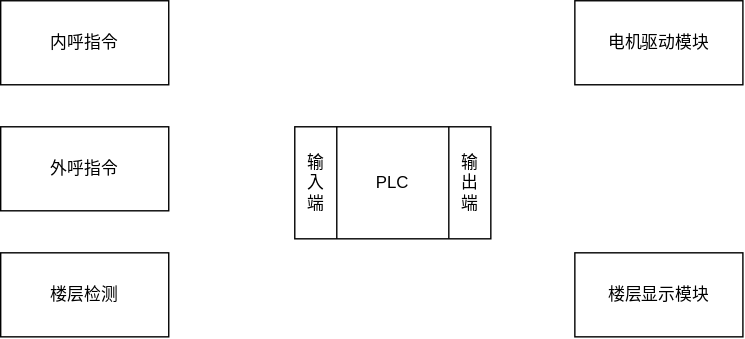
Before: Draw.io/PLC控制的四层电梯硬件框图.svg, a diagram exported from draw.io (InoryLwc/ConfigRepo). Source tidied: cells renumbered, new cells last; positions are measured from the earlier drawing's top-left corner, leaving out a move shared by most shapes.
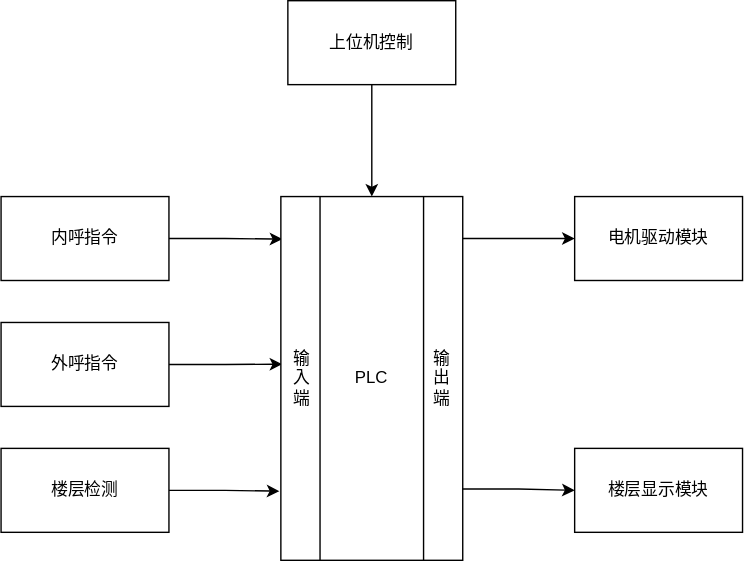
The same file after the commit.

Commit message:
更新PLC控制的四层电梯硬件框图.svg

Diff of the diagram source:
```diff
@@ -5,32 +5,55 @@
     <mxCell id="2" value="电机驱动模块" style="rounded=0;whiteSpace=wrap;html=1;" parent="1" vertex="1">
       <mxGeometry x="410" width="120" height="60" as="geometry" />
     </mxCell>
+    <mxCell id="12" style="edgeStyle=orthogonalEdgeStyle;rounded=0;jettySize=auto;html=1;exitX=1;exitY=0.5;exitDx=0;exitDy=0;entryX=-0.008;entryY=0.81;entryDx=0;entryDy=0;entryPerimeter=0;" parent="1" edge="1" source="3" target="9">
+      <mxGeometry relative="1" as="geometry" />
+    </mxCell>
     <mxCell id="3" value="楼层检测" style="rounded=0;whiteSpace=wrap;html=1;" parent="1" vertex="1">
       <mxGeometry y="180" width="120" height="60" as="geometry" />
     </mxCell>
+    <mxCell id="13" style="edgeStyle=orthogonalEdgeStyle;rounded=0;jettySize=auto;html=1;exitX=1;exitY=0.5;exitDx=0;exitDy=0;entryX=0.033;entryY=0.297;entryDx=0;entryDy=0;entryPerimeter=0;" parent="1" edge="1" source="4" target="10">
+      <mxGeometry relative="1" as="geometry" />
+    </mxCell>
     <mxCell id="4" value="外呼指令" style="rounded=0;whiteSpace=wrap;html=1;" parent="1" vertex="1">
       <mxGeometry y="90" width="120" height="60" as="geometry" />
     </mxCell>
     <mxCell id="5" value="楼层显示模块" style="rounded=0;whiteSpace=wrap;html=1;" parent="1" vertex="1">
       <mxGeometry x="410" y="180" width="120" height="60" as="geometry" />
     </mxCell>
+    <mxCell id="14" style="edgeStyle=orthogonalEdgeStyle;rounded=0;jettySize=auto;html=1;exitX=1;exitY=0.5;exitDx=0;exitDy=0;entryX=0.008;entryY=0.117;entryDx=0;entryDy=0;entryPerimeter=0;" parent="1" edge="1" source="6" target="9">
+      <mxGeometry relative="1" as="geometry" />
+    </mxCell>
     <mxCell id="6" value="内呼指令" style="rounded=0;whiteSpace=wrap;html=1;" parent="1" vertex="1">
       <mxGeometry width="120" height="60" as="geometry" />
     </mxCell>
-    <mxCell id="7" style="group;" parent="1" vertex="1">
-      <mxGeometry x="210" y="90" width="140" height="80" as="geometry" />
-    </mxCell>
-    <mxCell id="8" style="group;" parent="7" vertex="1">
-      <mxGeometry width="140" height="80" as="geometry" />
+    <mxCell id="8" style="group;" parent="1" vertex="1">
+      <mxGeometry x="200" width="130" height="260" as="geometry" />
     </mxCell>
     <mxCell id="9" value="PLC" style="shape=process;whiteSpace=wrap;html=1;backgroundOutline=1;size=0.21428571428571427;" parent="8" vertex="1">
-      <mxGeometry width="140" height="80" as="geometry" />
+      <mxGeometry width="130" height="260" as="geometry" />
     </mxCell>
     <mxCell id="10" value="输&lt;br&gt;入&lt;br&gt;端" style="text;html=1;align=center;verticalAlign=middle;points=[];strokeColor=none;fillColor=none;" parent="8" vertex="1">
-      <mxGeometry y="15" width="30" height="50" as="geometry" />
+      <mxGeometry y="105" width="30" height="50" as="geometry" />
     </mxCell>
     <mxCell id="11" value="输&lt;br&gt;出&lt;br&gt;端" style="text;html=1;align=center;verticalAlign=middle;strokeColor=none;fillColor=none;" parent="8" vertex="1">
-      <mxGeometry x="110" y="15" width="30" height="50" as="geometry" />
+      <mxGeometry x="100" y="105" width="30" height="50" as="geometry" />
     </mxCell>
+    <mxCell id="15" style="edgeStyle=orthogonalEdgeStyle;rounded=0;jettySize=auto;html=1;entryX=0;entryY=0.5;entryDx=0;entryDy=0;" parent="1" edge="1" target="2">
+      <mxGeometry relative="1" as="geometry">
+        <mxPoint x="330" y="30" as="sourcePoint" />
+        <Array as="points">
+          <mxPoint x="330" y="30" />
+        </Array>
+      </mxGeometry>
+    </mxCell>
+    <mxCell id="16" style="edgeStyle=orthogonalEdgeStyle;rounded=0;jettySize=auto;html=1;exitX=0.997;exitY=0.804;exitDx=0;exitDy=0;entryX=0;entryY=0.5;entryDx=0;entryDy=0;exitPerimeter=0;" parent="1" edge="1" source="9" target="5">
+      <mxGeometry relative="1" as="geometry" />
+    </mxCell>
+    <mxCell id="17" style="edgeStyle=orthogonalEdgeStyle;rounded=0;jettySize=auto;html=1;" parent="1" edge="1" source="18" target="9">
+      <mxGeometry relative="1" as="geometry" />
+    </mxCell>
+    <mxCell id="18" value="上位机控制" style="rounded=0;whiteSpace=wrap;html=1;" parent="1" vertex="1">
+      <mxGeometry x="205" y="-140" width="120" height="60" as="geometry" />
+    </mxCell>
   </root>
 </mxGraphModel>
```
